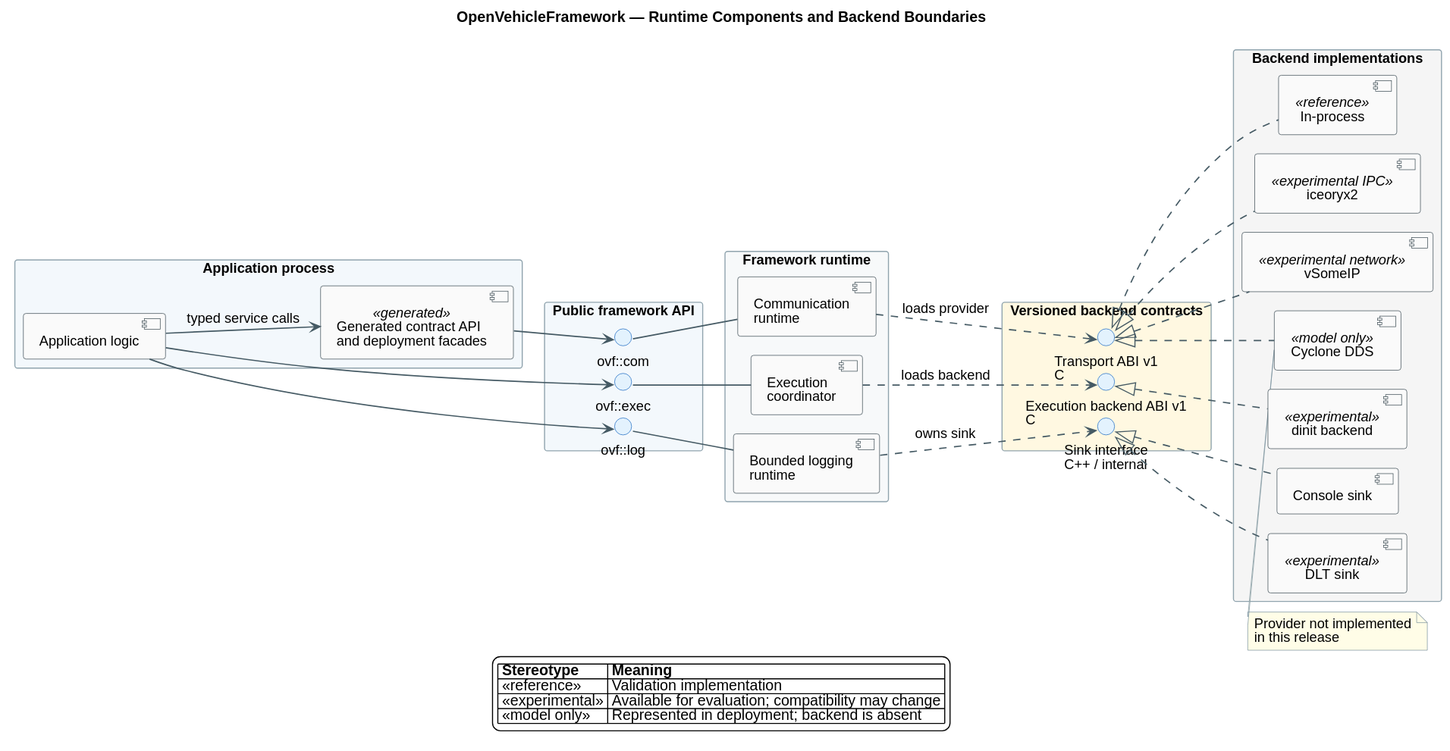
This is docs/diagrams/runtime-components.svg from unwynd/openvehicleframework, a PlantUML export, as it was before one commit. Its diagram source:
```plantuml
@startuml
!pragma layout smetana
title OpenVehicleFramework — Runtime Components and Backend Boundaries

left to right direction
skinparam backgroundColor #FFFFFF
skinparam shadowing false
skinparam componentStyle uml2
skinparam packageStyle rectangle
skinparam defaultFontName Helvetica
skinparam defaultFontSize 13
skinparam ArrowColor #455A64
skinparam ArrowThickness 1.2
skinparam ComponentBorderColor #37474F
skinparam ComponentBackgroundColor #FAFAFA
skinparam InterfaceBorderColor #1565C0
skinparam InterfaceBackgroundColor #E3F2FD
skinparam PackageBorderColor #90A4AE
skinparam PackageBackgroundColor #F7F9FA
skinparam NoteBorderColor #78909C
skinparam NoteBackgroundColor #FFFDE7

package "Application process" as application #F3F8FC {
  component "Application logic" as app
  component "Generated contract API\nand deployment facades" as generated <<generated>>
  app --> generated : typed service calls
}

package "Public framework API" as public_api #F3F8FC {
  interface "ovf::com" as icom
  interface "ovf::exec" as iexec
  interface "ovf::log" as ilog
}

package "Framework runtime" as framework #F7F9FA {
  component "Communication\nruntime" as com_runtime
  component "Execution\ncoordinator" as exec_runtime
  component "Bounded logging\nruntime" as log_runtime
}

package "Versioned backend contracts" as contracts #FFF8E1 {
  interface "Transport ABI v1\nC" as transport_abi
  interface "Execution backend ABI v1\nC" as execution_abi
  interface "Sink interface\nC++ / internal" as sink_interface
}

package "Backend implementations" as backends #F5F5F5 {
  component "In-process" as inproc <<reference>>
  component "iceoryx2" as iceoryx2 <<experimental IPC>>
  component "vSomeIP" as vsomeip <<experimental network>>
  component "Cyclone DDS" as dds <<model only>>
  component "dinit backend" as dinit <<experimental>>
  component "Console sink" as console
  component "DLT sink" as dlt <<experimental>>
}

generated --> icom
app --> iexec
app --> ilog

icom -- com_runtime
iexec -- exec_runtime
ilog -- log_runtime

com_runtime ..> transport_abi : loads provider
exec_runtime ..> execution_abi : loads backend
log_runtime ..> sink_interface : owns sink

transport_abi <|.. inproc
transport_abi <|.. iceoryx2
transport_abi <|.. vsomeip
transport_abi <|.. dds
execution_abi <|.. dinit
sink_interface <|.. console
sink_interface <|.. dlt

note bottom of dds
  Provider not implemented
  in this release
end note

legend bottom
  |= Stereotype |= Meaning |
  | <<reference>> | Validation implementation |
  | <<experimental>> | Available for evaluation; compatibility may change |
  | <<model only>> | Represented in deployment; backend is absent |
endlegend
@enduml
```
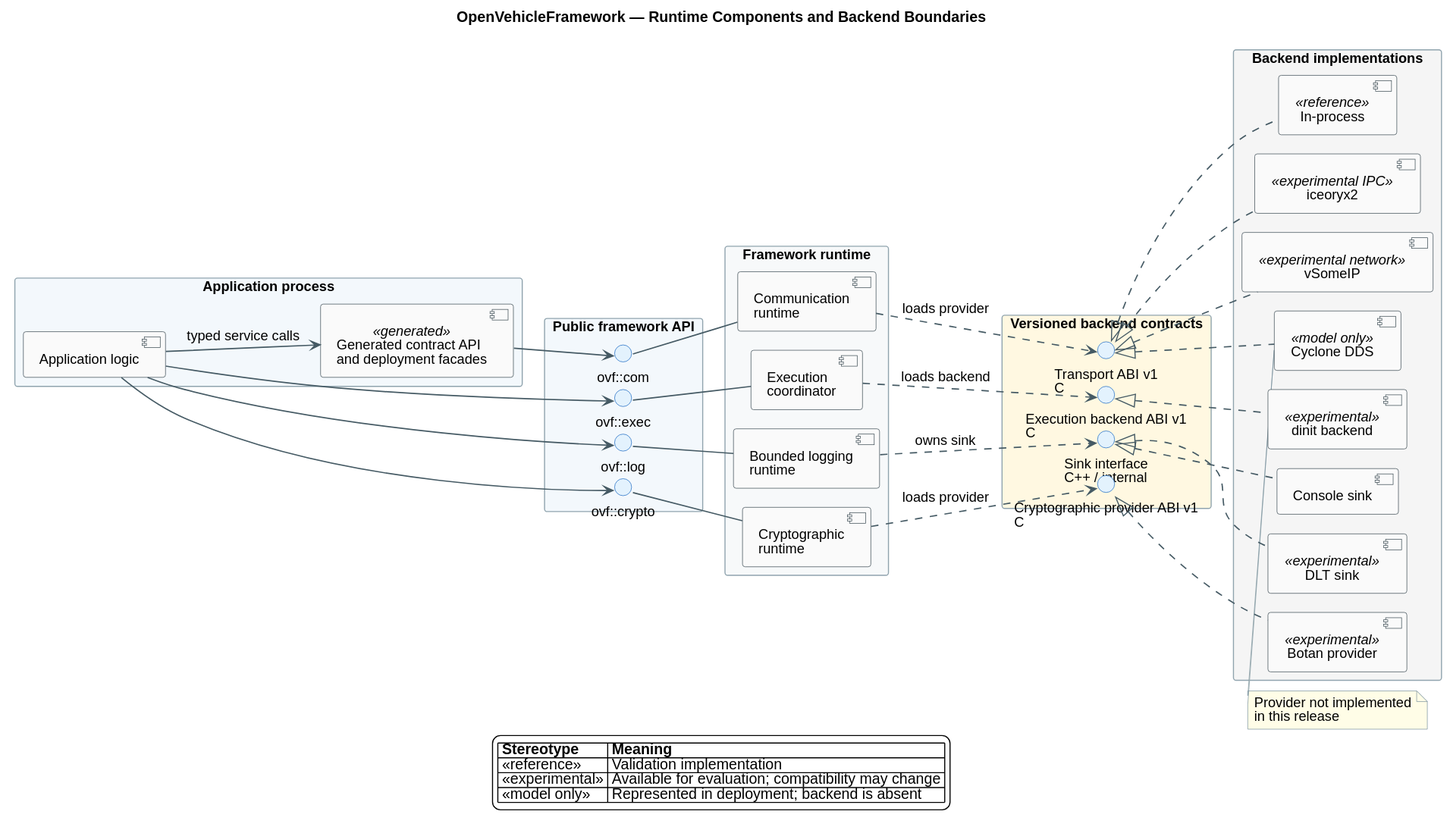
The same file after the commit.

Commit message:
Document the crypto architecture for v0.0.3

Change to the diagram source:
```diff
@@ -30,18 +30,21 @@
   interface "ovf::com" as icom
   interface "ovf::exec" as iexec
   interface "ovf::log" as ilog
+  interface "ovf::crypto" as icrypto
 }
 
 package "Framework runtime" as framework #F7F9FA {
   component "Communication\nruntime" as com_runtime
   component "Execution\ncoordinator" as exec_runtime
   component "Bounded logging\nruntime" as log_runtime
+  component "Cryptographic\nruntime" as crypto_runtime
 }
 
 package "Versioned backend contracts" as contracts #FFF8E1 {
   interface "Transport ABI v1\nC" as transport_abi
   interface "Execution backend ABI v1\nC" as execution_abi
   interface "Sink interface\nC++ / internal" as sink_interface
+  interface "Cryptographic provider ABI v1\nC" as crypto_abi
 }
 
 package "Backend implementations" as backends #F5F5F5 {
@@ -52,19 +55,23 @@
   component "dinit backend" as dinit <<experimental>>
   component "Console sink" as console
   component "DLT sink" as dlt <<experimental>>
+  component "Botan provider" as botan <<experimental>>
 }
 
 generated --> icom
 app --> iexec
 app --> ilog
+app --> icrypto
 
 icom -- com_runtime
 iexec -- exec_runtime
 ilog -- log_runtime
+icrypto -- crypto_runtime
 
 com_runtime ..> transport_abi : loads provider
 exec_runtime ..> execution_abi : loads backend
 log_runtime ..> sink_interface : owns sink
+crypto_runtime ..> crypto_abi : loads provider
 
 transport_abi <|.. inproc
 transport_abi <|.. iceoryx2
@@ -73,6 +80,7 @@
 execution_abi <|.. dinit
 sink_interface <|.. console
 sink_interface <|.. dlt
+crypto_abi <|.. botan
 
 note bottom of dds
   Provider not implemented
```
